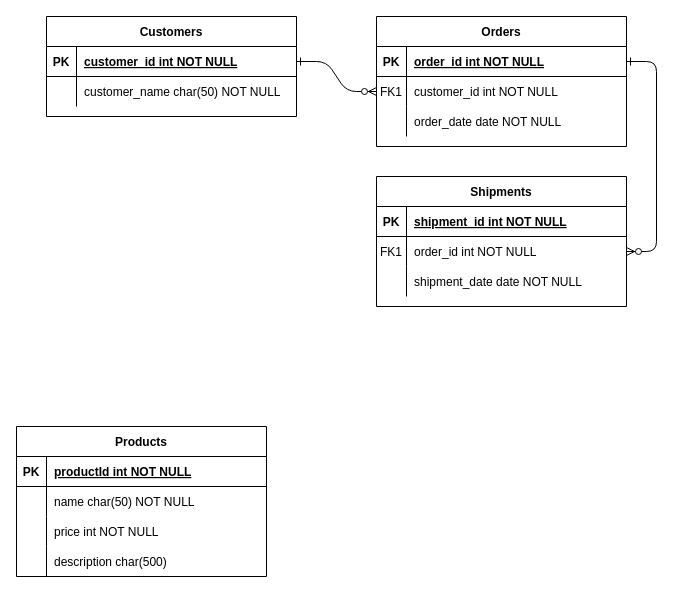
The draw.io diagram Product ER.drawio in FameBerg/DotNetProductAPIShowCase, before the edit. Source tidied: cells renumbered, new cells numbered last; positions are measured from the earlier drawing's top-left corner, leaving out a move shared by most shapes. Both pictures are drawn from the tidied source at 100%, with x=0, y=0 at pixel (16, 16).
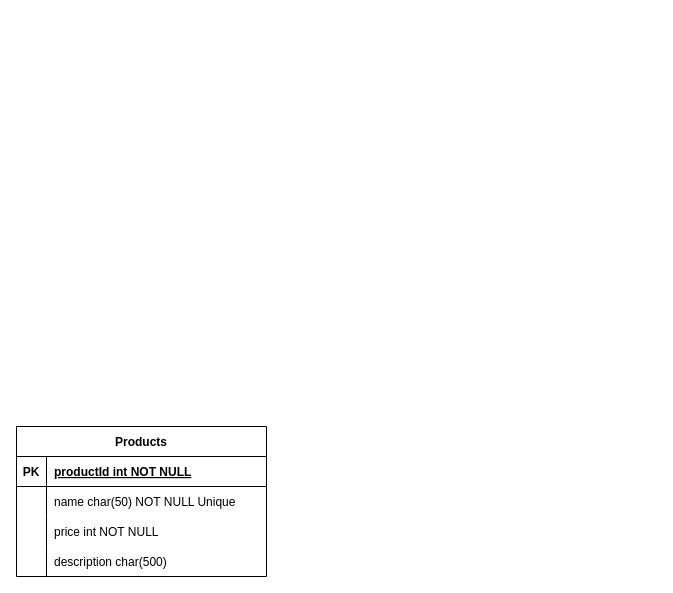
The same page after the edit.

The change refers to these unchanged cells:
```xml
<mxCell id="35" style="shape=partialRectangle;fillColor=none;top=0;left=0;right=0;bottom=0;" parent="31" vertex="1">
  <mxGeometry y="60" width="250" height="30" as="geometry" />
</mxCell>
```

Diff of the diagram source:
```diff
@@
-    <mxCell id="2" style="edgeStyle=entityRelationEdgeStyle;endArrow=ERzeroToMany;startArrow=ERone;endFill=1;startFill=0;" parent="1" edge="1" source="25" target="8">
-      <mxGeometry relative="1" as="geometry" />
-    </mxCell>
-    <mxCell id="3" style="edgeStyle=entityRelationEdgeStyle;endArrow=ERzeroToMany;startArrow=ERone;endFill=1;startFill=0;" parent="1" edge="1" source="5" target="18">
-      <mxGeometry relative="1" as="geometry" />
-    </mxCell>
-    <mxCell id="4" value="Orders" style="shape=table;startSize=30;childLayout=tableLayout;rowLines=0;fontStyle=1;align=center;" parent="1" vertex="1">
-      <mxGeometry x="360" width="250" height="130" as="geometry" />
-    </mxCell>
-    <mxCell id="5" style="shape=partialRectangle;fillColor=none;points=[[0,0.5],[1,0.5]];portConstraint=eastwest;top=0;left=0;right=0;bottom=1;" parent="4" vertex="1">
-      <mxGeometry y="30" width="250" height="30" as="geometry" />
-    </mxCell>
-    <mxCell id="6" value="PK" style="shape=partialRectangle;overflow=hidden;fillColor=none;top=0;left=0;bottom=0;right=0;fontStyle=1;" parent="5" vertex="1">
-      <mxGeometry width="30" height="30" as="geometry" />
-    </mxCell>
-    <mxCell id="7" value="order_id int NOT NULL " style="shape=partialRectangle;overflow=hidden;fillColor=none;top=0;left=0;bottom=0;right=0;align=left;spacingLeft=6;fontStyle=5;" parent="5" vertex="1">
-      <mxGeometry x="30" width="220" height="30" as="geometry" />
-    </mxCell>
-    <mxCell id="8" style="shape=partialRectangle;fillColor=none;points=[[0,0.5],[1,0.5]];portConstraint=eastwest;top=0;left=0;right=0;bottom=0;" parent="4" vertex="1">
-      <mxGeometry y="60" width="250" height="30" as="geometry" />
-    </mxCell>
-    <mxCell id="9" value="FK1" style="shape=partialRectangle;overflow=hidden;fillColor=none;top=0;left=0;bottom=0;right=0;" parent="8" vertex="1">
-      <mxGeometry width="30" height="30" as="geometry" />
-    </mxCell>
-    <mxCell id="10" value="customer_id int NOT NULL" style="shape=partialRectangle;overflow=hidden;fillColor=none;top=0;left=0;bottom=0;right=0;align=left;spacingLeft=6;" parent="8" vertex="1">
-      <mxGeometry x="30" width="220" height="30" as="geometry" />
-    </mxCell>
-    <mxCell id="11" style="shape=partialRectangle;fillColor=none;top=0;left=0;right=0;bottom=0;" parent="4" vertex="1">
-      <mxGeometry y="90" width="250" height="30" as="geometry" />
-    </mxCell>
-    <mxCell id="12" style="shape=partialRectangle;overflow=hidden;fillColor=none;top=0;left=0;bottom=0;right=0;" parent="11" vertex="1">
-      <mxGeometry width="30" height="30" as="geometry" />
-    </mxCell>
-    <mxCell id="13" value="order_date date NOT NULL" style="shape=partialRectangle;overflow=hidden;fillColor=none;top=0;left=0;bottom=0;right=0;align=left;spacingLeft=6;" parent="11" vertex="1">
-      <mxGeometry x="30" width="220" height="30" as="geometry" />
-    </mxCell>
-    <mxCell id="14" value="Shipments" style="shape=table;startSize=30;childLayout=tableLayout;rowLines=0;fontStyle=1;align=center;" parent="1" vertex="1">
-      <mxGeometry x="360" y="160" width="250" height="130" as="geometry" />
-    </mxCell>
-    <mxCell id="15" style="shape=partialRectangle;fillColor=none;top=0;left=0;right=0;bottom=1;" parent="14" vertex="1">
-      <mxGeometry y="30" width="250" height="30" as="geometry" />
-    </mxCell>
-    <mxCell id="16" value="PK" style="shape=partialRectangle;overflow=hidden;fillColor=none;top=0;left=0;bottom=0;right=0;fontStyle=1;" parent="15" vertex="1">
-      <mxGeometry width="30" height="30" as="geometry" />
-    </mxCell>
-    <mxCell id="17" value="shipment_id int NOT NULL " style="shape=partialRectangle;overflow=hidden;fillColor=none;top=0;left=0;bottom=0;right=0;align=left;spacingLeft=6;fontStyle=5;" parent="15" vertex="1">
-      <mxGeometry x="30" width="220" height="30" as="geometry" />
-    </mxCell>
-    <mxCell id="18" style="shape=partialRectangle;fillColor=none;points=[[0,0.5],[1,0.5]];portConstraint=eastwest;top=0;left=0;right=0;bottom=0;" parent="14" vertex="1">
-      <mxGeometry y="60" width="250" height="30" as="geometry" />
-    </mxCell>
-    <mxCell id="19" value="FK1" style="shape=partialRectangle;overflow=hidden;fillColor=none;top=0;left=0;bottom=0;right=0;" parent="18" vertex="1">
-      <mxGeometry width="30" height="30" as="geometry" />
-    </mxCell>
-    <mxCell id="20" value="order_id int NOT NULL" style="shape=partialRectangle;overflow=hidden;fillColor=none;top=0;left=0;bottom=0;right=0;align=left;spacingLeft=6;" parent="18" vertex="1">
-      <mxGeometry x="30" width="220" height="30" as="geometry" />
-    </mxCell>
-    <mxCell id="21" style="shape=partialRectangle;fillColor=none;top=0;left=0;right=0;bottom=0;" parent="14" vertex="1">
-      <mxGeometry y="90" width="250" height="30" as="geometry" />
-    </mxCell>
-    <mxCell id="22" style="shape=partialRectangle;overflow=hidden;fillColor=none;top=0;left=0;bottom=0;right=0;" parent="21" vertex="1">
-      <mxGeometry width="30" height="30" as="geometry" />
-    </mxCell>
-    <mxCell id="23" value="shipment_date date NOT NULL" style="shape=partialRectangle;overflow=hidden;fillColor=none;top=0;left=0;bottom=0;right=0;align=left;spacingLeft=6;" parent="21" vertex="1">
-      <mxGeometry x="30" width="220" height="30" as="geometry" />
-    </mxCell>
-    <mxCell id="24" value="Customers" style="shape=table;startSize=30;childLayout=tableLayout;rowLines=0;fontStyle=1;align=center;" parent="1" vertex="1">
-      <mxGeometry x="30" width="250" height="100" as="geometry" />
-    </mxCell>
-    <mxCell id="25" style="shape=partialRectangle;fillColor=none;points=[[0,0.5],[1,0.5]];portConstraint=eastwest;top=0;left=0;right=0;bottom=1;" parent="24" vertex="1">
-      <mxGeometry y="30" width="250" height="30" as="geometry" />
-    </mxCell>
-    <mxCell id="26" value="PK" style="shape=partialRectangle;overflow=hidden;fillColor=none;top=0;left=0;bottom=0;right=0;fontStyle=1;" parent="25" vertex="1">
-      <mxGeometry width="30" height="30" as="geometry" />
-    </mxCell>
-    <mxCell id="27" value="customer_id int NOT NULL " style="shape=partialRectangle;overflow=hidden;fillColor=none;top=0;left=0;bottom=0;right=0;align=left;spacingLeft=6;fontStyle=5;" parent="25" vertex="1">
-      <mxGeometry x="30" width="220" height="30" as="geometry" />
-    </mxCell>
-    <mxCell id="28" style="shape=partialRectangle;fillColor=none;top=0;left=0;right=0;bottom=0;" parent="24" vertex="1">
-      <mxGeometry y="60" width="250" height="30" as="geometry" />
-    </mxCell>
-    <mxCell id="29" style="shape=partialRectangle;overflow=hidden;fillColor=none;top=0;left=0;bottom=0;right=0;" parent="28" vertex="1">
-      <mxGeometry width="30" height="30" as="geometry" />
-    </mxCell>
-    <mxCell id="30" value="customer_name char(50) NOT NULL" style="shape=partialRectangle;overflow=hidden;fillColor=none;top=0;left=0;bottom=0;right=0;align=left;spacingLeft=6;" parent="28" vertex="1">
-      <mxGeometry x="30" width="220" height="30" as="geometry" />
-    </mxCell>
@@
-    <mxCell id="37" value="name char(50) NOT NULL" style="shape=partialRectangle;overflow=hidden;fillColor=none;top=0;left=0;bottom=0;right=0;align=left;spacingLeft=6;" parent="35" vertex="1">
+    <mxCell id="37" value="name char(50) NOT NULL Unique" style="shape=partialRectangle;overflow=hidden;fillColor=none;top=0;left=0;bottom=0;right=0;align=left;spacingLeft=6;" parent="35" vertex="1">
       <mxGeometry x="30" width="220" height="30" as="geometry" />
     </mxCell>
```
